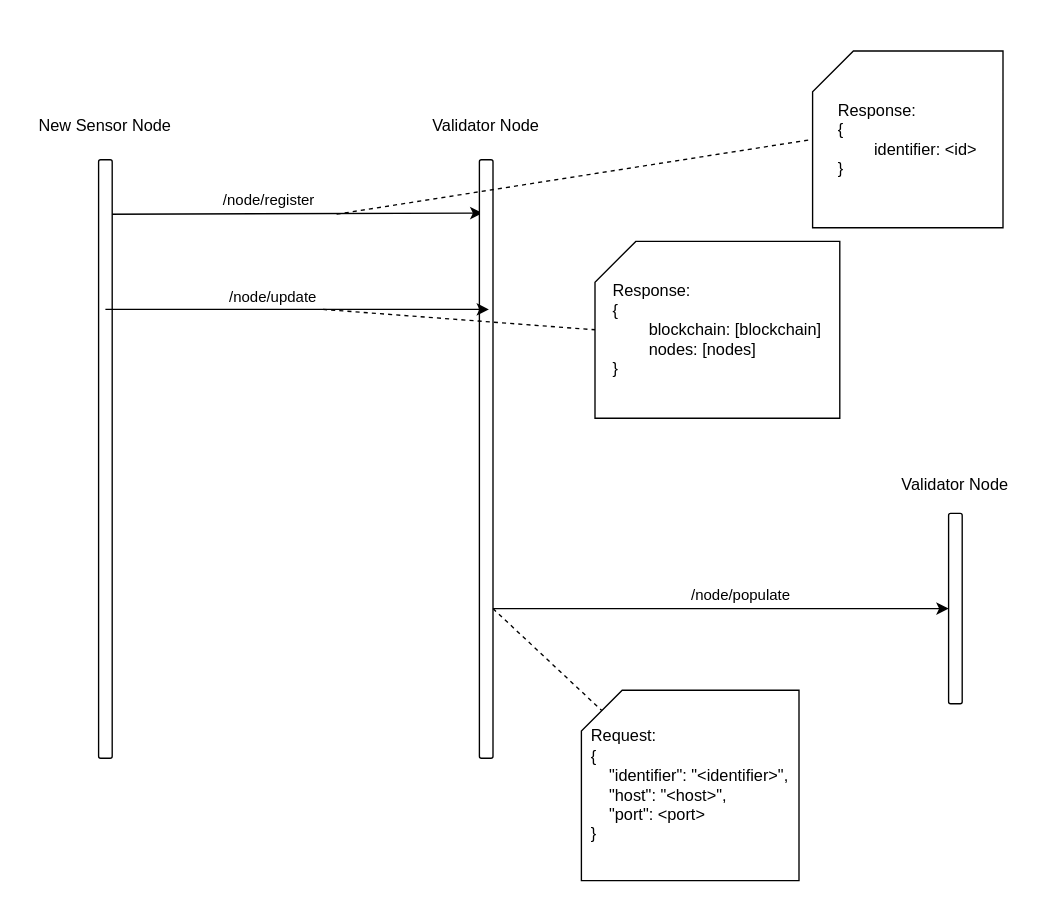
This is page "RegistrationProcess" (4 of 9) of schematy.drawio from pjpawel/pos-iot, a draw.io file, before an edit. Source tidied: cells renumbered, new cells numbered last; positions are measured from the earlier drawing's top-left corner, leaving out a move shared by most shapes. Both pictures are drawn from the tidied source at 136%, with x=0, y=0 at pixel (37, 50).
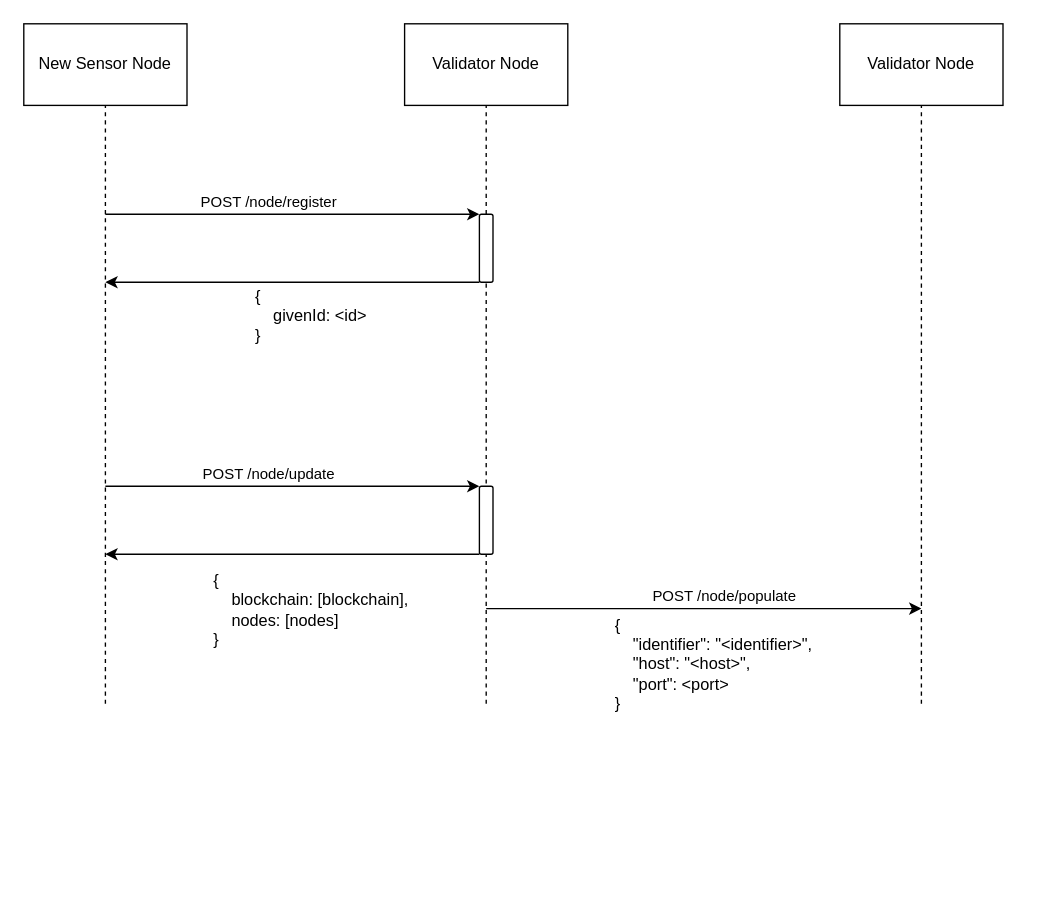
After the change.

Diff of the diagram source:
```diff
@@
-    <mxCell id="2" value="New Sensor Node" style="text;html=1;strokeColor=none;fillColor=none;align=center;verticalAlign=middle;whiteSpace=wrap;rounded=0;" parent="1" vertex="1">
-      <mxGeometry y="40" width="100" height="30" as="geometry" />
-    </mxCell>
-    <mxCell id="3" value="Validator Node" style="text;html=1;strokeColor=none;fillColor=none;align=center;verticalAlign=middle;whiteSpace=wrap;rounded=0;" parent="1" vertex="1">
-      <mxGeometry x="285" y="40" width="90" height="30" as="geometry" />
-    </mxCell>
-    <mxCell id="4" style="endArrow=classic;html=1;rounded=0;exitX=0.5;exitY=0.091;exitDx=0;exitDy=0;exitPerimeter=0;entryX=0.22;entryY=0.089;entryDx=0;entryDy=0;entryPerimeter=0;" parent="1" edge="1" source="6" target="9">
-      <mxGeometry relative="1" as="geometry" />
+    <mxCell id="4" style="endArrow=classic;html=1;rounded=0;exitX=0.5;exitY=0.091;exitDx=0;exitDy=0;exitPerimeter=0;entryX=0;entryY=0;entryDx=0;entryDy=0;" parent="1" edge="1" target="33">
+      <mxGeometry relative="1" as="geometry">
+        <mxPoint x="50" y="120" as="sourcePoint" />
+      </mxGeometry>
     </mxCell>
-    <mxCell id="5" value="/node/register" style="edgeLabel;html=1;align=center;verticalAlign=middle;" parent="4" vertex="1">
+    <mxCell id="5" value="POST /node/register" style="edgeLabel;html=1;align=center;verticalAlign=middle;" parent="4" vertex="1">
       <mxGeometry x="-0.17" y="1" relative="1" as="geometry">
         <mxPoint x="5" y="-9" as="offset" />
       </mxGeometry>
     </mxCell>
-    <mxCell id="6" style="rounded=1;whiteSpace=wrap;html=1;" parent="1" vertex="1">
-      <mxGeometry x="45" y="80" width="10" height="440" as="geometry" />
-    </mxCell>
-    <mxCell id="7" style="edgeStyle=orthogonalEdgeStyle;rounded=0;jettySize=auto;html=1;exitX=1;exitY=0.75;exitDx=0;exitDy=0;entryX=0;entryY=0.5;entryDx=0;entryDy=0;" parent="1" edge="1" source="9" target="18">
-      <mxGeometry relative="1" as="geometry" />
+    <mxCell id="7" style="edgeStyle=orthogonalEdgeStyle;rounded=0;orthogonalLoop=1;jettySize=auto;html=1;" parent="1" edge="1">
+      <mxGeometry relative="1" as="geometry">
+        <mxPoint x="330" y="410" as="sourcePoint" />
+        <mxPoint x="650" y="410" as="targetPoint" />
+      </mxGeometry>
     </mxCell>
-    <mxCell id="8" value="/node/populate" style="edgeLabel;html=1;align=center;verticalAlign=middle;" parent="7" vertex="1">
+    <mxCell id="8" value="POST /node/populate" style="edgeLabel;html=1;align=center;verticalAlign=middle;" parent="7" vertex="1">
       <mxGeometry x="-0.13" y="1" relative="1" as="geometry">
         <mxPoint x="35" y="-9" as="offset" />
       </mxGeometry>
     </mxCell>
-    <mxCell id="9" style="rounded=1;whiteSpace=wrap;html=1;" parent="1" vertex="1">
-      <mxGeometry x="325" y="80" width="10" height="440" as="geometry" />
-    </mxCell>
-    <mxCell id="10" value="&lt;div style=&quot;text-align: left;&quot;&gt;&lt;span style=&quot;background-color: initial;&quot;&gt;Response:&lt;/span&gt;&lt;/div&gt;&lt;div style=&quot;text-align: left;&quot;&gt;&lt;span style=&quot;background-color: initial;&quot;&gt;{&lt;/span&gt;&lt;/div&gt;&lt;div style=&quot;text-align: left;&quot;&gt;&lt;span style=&quot;background-color: initial; white-space: pre;&quot;&gt;&#9;&lt;/span&gt;identifier: &amp;lt;id&amp;gt;&lt;/div&gt;&lt;div style=&quot;text-align: left;&quot;&gt;&lt;span style=&quot;background-color: initial;&quot;&gt;}&lt;/span&gt;&lt;/div&gt;" style="shape=card;whiteSpace=wrap;html=1;" parent="1" vertex="1">
-      <mxGeometry x="570" width="140" height="130" as="geometry" />
-    </mxCell>
-    <mxCell id="11" style="endArrow=none;html=1;rounded=0;entryX=0;entryY=0;entryDx=0;entryDy=65;entryPerimeter=0;dashed=1;" parent="1" edge="1" target="10">
-      <mxGeometry relative="1" as="geometry">
-        <mxPoint x="220" y="120" as="sourcePoint" />
-      </mxGeometry>
-    </mxCell>
+    <mxCell id="20" value="&lt;div style=&quot;border-color: var(--border-color); font-size: 12px; text-align: left;&quot;&gt;&lt;span style=&quot;background-color: initial;&quot;&gt;{&lt;/span&gt;&lt;br&gt;&lt;/div&gt;&lt;div style=&quot;border-color: var(--border-color); font-size: 12px; text-align: left;&quot;&gt;&lt;span style=&quot;border-color: var(--border-color); background-color: initial;&quot;&gt;&amp;nbsp; &amp;nbsp; &quot;identifier&quot;: &quot;&amp;lt;identifier&amp;gt;&quot;,&lt;/span&gt;&lt;/div&gt;&lt;div style=&quot;border-color: var(--border-color); font-size: 12px; text-align: left;&quot;&gt;&lt;span style=&quot;border-color: var(--border-color); background-color: initial;&quot;&gt;&amp;nbsp; &amp;nbsp; &quot;host&quot;: &quot;&amp;lt;host&amp;gt;&quot;,&lt;/span&gt;&lt;/div&gt;&lt;div style=&quot;border-color: var(--border-color); font-size: 12px; text-align: left;&quot;&gt;&lt;span style=&quot;border-color: var(--border-color); background-color: initial;&quot;&gt;&amp;nbsp; &amp;nbsp; &quot;port&quot;: &amp;lt;port&amp;gt;&lt;/span&gt;&lt;/div&gt;&lt;div style=&quot;border-color: var(--border-color); font-size: 12px; text-align: left;&quot;&gt;&lt;span style=&quot;border-color: var(--border-color); background-color: initial;&quot;&gt;}&lt;/span&gt;&lt;/div&gt;" style="edgeLabel;html=1;align=center;verticalAlign=middle;labelBackgroundColor=none;" parent="7" vertex="1">
+      <mxGeometry x="0.04" y="-2" relative="1" as="geometry">
+        <mxPoint y="38" as="offset" />
+      </mxGeometry>
+    </mxCell>
-    <mxCell id="12" style="endArrow=classic;html=1;rounded=0;entryX=0.22;entryY=0.089;entryDx=0;entryDy=0;entryPerimeter=0;" parent="1" edge="1">
+    <mxCell id="12" style="endArrow=classic;html=1;rounded=0;entryX=0;entryY=0;entryDx=0;entryDy=0;" parent="1" edge="1" target="36">
       <mxGeometry relative="1" as="geometry">
-        <mxPoint x="50" y="190" as="sourcePoint" />
-        <mxPoint x="332" y="190" as="targetPoint" />
+        <mxPoint x="50" y="320" as="sourcePoint" />
       </mxGeometry>
     </mxCell>
-    <mxCell id="13" value="/node/update" style="edgeLabel;html=1;align=center;verticalAlign=middle;" parent="12" vertex="1">
+    <mxCell id="13" value="POST /node/update" style="edgeLabel;html=1;align=center;verticalAlign=middle;" parent="12" vertex="1">
       <mxGeometry x="-0.17" y="1" relative="1" as="geometry">
         <mxPoint x="5" y="-9" as="offset" />
       </mxGeometry>
     </mxCell>
-    <mxCell id="14" value="&lt;div style=&quot;text-align: left;&quot;&gt;&lt;span style=&quot;background-color: initial;&quot;&gt;Response:&lt;/span&gt;&lt;/div&gt;&lt;div style=&quot;text-align: left;&quot;&gt;&lt;span style=&quot;background-color: initial;&quot;&gt;{&lt;/span&gt;&lt;/div&gt;&lt;div style=&quot;text-align: left;&quot;&gt;&lt;span style=&quot;background-color: initial; white-space: pre;&quot;&gt;&#9;&lt;/span&gt;blockchain: [blockchain]&lt;/div&gt;&lt;div style=&quot;text-align: left;&quot;&gt;&lt;span style=&quot;white-space: pre;&quot;&gt;&#9;&lt;/span&gt;nodes: [nodes]&lt;br&gt;&lt;/div&gt;&lt;div style=&quot;text-align: left;&quot;&gt;&lt;span style=&quot;background-color: initial;&quot;&gt;}&lt;/span&gt;&lt;/div&gt;" style="shape=card;whiteSpace=wrap;html=1;" parent="1" vertex="1">
-      <mxGeometry x="410" y="140" width="180" height="130" as="geometry" />
-    </mxCell>
-    <mxCell id="15" style="endArrow=none;html=1;rounded=0;entryX=0;entryY=0;entryDx=0;entryDy=65;entryPerimeter=0;dashed=1;" parent="1" edge="1" target="14">
-      <mxGeometry relative="1" as="geometry">
-        <mxPoint x="210" y="190" as="sourcePoint" />
-      </mxGeometry>
-    </mxCell>
-    <mxCell id="16" value="&lt;div style=&quot;text-align: left;&quot;&gt;&lt;span style=&quot;background-color: initial;&quot;&gt;Request:&lt;/span&gt;&lt;/div&gt;&lt;div style=&quot;text-align: left;&quot;&gt;&lt;span style=&quot;background-color: initial;&quot;&gt;{&lt;/span&gt;&lt;/div&gt;&lt;div style=&quot;text-align: left;&quot;&gt;&lt;span style=&quot;background-color: initial;&quot;&gt;&amp;nbsp; &amp;nbsp; &quot;identifier&quot;: &quot;&amp;lt;identifier&amp;gt;&quot;,&lt;/span&gt;&lt;/div&gt;&lt;div style=&quot;text-align: left;&quot;&gt;&lt;span style=&quot;background-color: initial;&quot;&gt;&amp;nbsp; &amp;nbsp; &quot;host&quot;: &quot;&amp;lt;host&amp;gt;&quot;,&lt;/span&gt;&lt;/div&gt;&lt;div style=&quot;text-align: left;&quot;&gt;&lt;span style=&quot;background-color: initial;&quot;&gt;&amp;nbsp; &amp;nbsp; &quot;port&quot;: &amp;lt;port&amp;gt;&lt;/span&gt;&lt;/div&gt;&lt;div style=&quot;text-align: left;&quot;&gt;&lt;span style=&quot;background-color: initial;&quot;&gt;}&lt;/span&gt;&lt;/div&gt;" style="shape=card;whiteSpace=wrap;html=1;" parent="1" vertex="1">
-      <mxGeometry x="400" y="470" width="160" height="140" as="geometry" />
-    </mxCell>
-    <mxCell id="17" style="endArrow=none;html=1;rounded=0;entryX=0;entryY=0;entryDx=15;entryDy=15;entryPerimeter=0;dashed=1;exitX=1;exitY=0.75;exitDx=0;exitDy=0;" parent="1" edge="1" source="9" target="16">
-      <mxGeometry relative="1" as="geometry" />
-    </mxCell>
-    <mxCell id="18" style="rounded=1;whiteSpace=wrap;html=1;" parent="1" vertex="1">
-      <mxGeometry x="670" y="340" width="10" height="140" as="geometry" />
-    </mxCell>
+    <mxCell id="21" style="group;" parent="1" vertex="1">
+      <mxGeometry x="-10" y="-20" width="120" height="60" as="geometry" />
+    </mxCell>
+    <mxCell id="22" style="rounded=0;whiteSpace=wrap;html=1;" parent="21" vertex="1">
+      <mxGeometry width="120" height="60" as="geometry" />
+    </mxCell>
+    <mxCell id="2" value="New Sensor Node" style="text;html=1;strokeColor=none;fillColor=none;align=center;verticalAlign=middle;whiteSpace=wrap;rounded=0;" parent="21" vertex="1">
+      <mxGeometry x="10" y="15" width="100" height="30" as="geometry" />
+    </mxCell>
+    <mxCell id="23" style="group;" parent="1" vertex="1">
+      <mxGeometry x="270" y="-20" width="120" height="60" as="geometry" />
+    </mxCell>
+    <mxCell id="24" style="rounded=0;whiteSpace=wrap;html=1;" parent="23" vertex="1">
+      <mxGeometry width="120" height="60" as="geometry" />
+    </mxCell>
+    <mxCell id="3" value="Validator Node" style="text;html=1;strokeColor=none;fillColor=none;align=center;verticalAlign=middle;whiteSpace=wrap;rounded=0;" parent="23" vertex="1">
+      <mxGeometry x="15" y="15" width="90" height="30" as="geometry" />
+    </mxCell>
+    <mxCell id="25" style="endArrow=none;dashed=1;html=1;rounded=0;entryX=0.5;entryY=1;entryDx=0;entryDy=0;" parent="1" edge="1" target="22">
+      <mxGeometry relative="1" as="geometry">
+        <mxPoint x="50" y="480" as="sourcePoint" />
+      </mxGeometry>
+    </mxCell>
+    <mxCell id="26" style="endArrow=none;dashed=1;html=1;rounded=0;entryX=0.5;entryY=1;entryDx=0;entryDy=0;" parent="1" edge="1" source="33" target="24">
+      <mxGeometry relative="1" as="geometry" />
+    </mxCell>
+    <mxCell id="27" style="group;" parent="1" vertex="1">
+      <mxGeometry x="590" y="-20" width="120" height="60" as="geometry" />
+    </mxCell>
+    <mxCell id="28" style="rounded=0;whiteSpace=wrap;html=1;" parent="27" vertex="1">
+      <mxGeometry width="120" height="60" as="geometry" />
+    </mxCell>
-    <mxCell id="19" value="Validator Node" style="text;html=1;strokeColor=none;fillColor=none;align=center;verticalAlign=middle;whiteSpace=wrap;rounded=0;" parent="1" vertex="1">
-      <mxGeometry x="630" y="304" width="90" height="30" as="geometry" />
+    <mxCell id="19" value="Validator Node" style="text;html=1;strokeColor=none;fillColor=none;align=center;verticalAlign=middle;whiteSpace=wrap;rounded=0;" parent="27" vertex="1">
+      <mxGeometry x="15" y="15" width="90" height="30" as="geometry" />
     </mxCell>
+    <mxCell id="29" style="endArrow=none;dashed=1;html=1;rounded=0;entryX=0.5;entryY=1;entryDx=0;entryDy=0;" parent="1" edge="1" target="28">
+      <mxGeometry relative="1" as="geometry">
+        <mxPoint x="650" y="480" as="sourcePoint" />
+      </mxGeometry>
+    </mxCell>
+    <mxCell id="30" style="endArrow=none;dashed=1;html=1;rounded=0;entryX=0.5;entryY=1;entryDx=0;entryDy=0;" parent="1" edge="1" target="33">
+      <mxGeometry relative="1" as="geometry">
+        <mxPoint x="330" y="480" as="sourcePoint" />
+      </mxGeometry>
+    </mxCell>
+    <mxCell id="31" style="edgeStyle=orthogonalEdgeStyle;rounded=0;jettySize=auto;html=1;exitX=0;exitY=1;exitDx=0;exitDy=0;" parent="1" edge="1" source="33">
+      <mxGeometry relative="1" as="geometry">
+        <mxPoint x="50" y="170" as="targetPoint" />
+        <Array as="points">
+          <mxPoint x="100" y="170" />
+          <mxPoint x="100" y="170" />
+        </Array>
+      </mxGeometry>
+    </mxCell>
+    <mxCell id="32" value="&lt;div style=&quot;border-color: var(--border-color); font-size: 12px; text-align: left;&quot;&gt;&lt;span style=&quot;&quot;&gt;{&lt;/span&gt;&lt;br&gt;&lt;/div&gt;&lt;div style=&quot;border-color: var(--border-color); font-size: 12px; text-align: left;&quot;&gt;&lt;span style=&quot;border-color: var(--border-color);&quot;&gt;&lt;span style=&quot;white-space: pre;&quot;&gt;&amp;nbsp;&amp;nbsp;&amp;nbsp;&amp;nbsp;&lt;/span&gt;&lt;/span&gt;givenId: &amp;lt;id&amp;gt;&lt;/div&gt;&lt;div style=&quot;border-color: var(--border-color); font-size: 12px; text-align: left;&quot;&gt;&lt;span style=&quot;border-color: var(--border-color);&quot;&gt;}&lt;/span&gt;&lt;/div&gt;" style="edgeLabel;html=1;align=center;verticalAlign=middle;labelBackgroundColor=none;" parent="31" vertex="1">
+      <mxGeometry x="0.07" y="2" relative="1" as="geometry">
+        <mxPoint x="22" y="22" as="offset" />
+      </mxGeometry>
+    </mxCell>
+    <mxCell id="33" style="rounded=1;whiteSpace=wrap;html=1;" parent="1" vertex="1">
+      <mxGeometry x="325" y="120" width="10" height="50" as="geometry" />
+    </mxCell>
+    <mxCell id="34" style="edgeStyle=orthogonalEdgeStyle;rounded=0;jettySize=auto;html=1;exitX=0;exitY=1;exitDx=0;exitDy=0;" parent="1" edge="1" source="36">
+      <mxGeometry relative="1" as="geometry">
+        <mxPoint x="50" y="370" as="targetPoint" />
+        <Array as="points">
+          <mxPoint x="100" y="370" />
+          <mxPoint x="100" y="370" />
+        </Array>
+      </mxGeometry>
+    </mxCell>
+    <mxCell id="35" value="&lt;div style=&quot;border-color: var(--border-color); font-size: 12px; text-align: left;&quot;&gt;&lt;div style=&quot;border-color: var(--border-color);&quot;&gt;&lt;span style=&quot;background-color: initial;&quot;&gt;{&lt;/span&gt;&lt;br&gt;&lt;/div&gt;&lt;div style=&quot;border-color: var(--border-color);&quot;&gt;&lt;span style=&quot;border-color: var(--border-color);&quot;&gt;&lt;span style=&quot;white-space: pre;&quot;&gt;&amp;nbsp;&amp;nbsp;&amp;nbsp;&amp;nbsp;&lt;/span&gt;&lt;/span&gt;blockchain: [blockchain],&lt;/div&gt;&lt;div style=&quot;border-color: var(--border-color);&quot;&gt;&lt;span style=&quot;border-color: var(--border-color);&quot;&gt;&lt;span style=&quot;white-space: pre;&quot;&gt;&amp;nbsp;&amp;nbsp;&amp;nbsp;&amp;nbsp;&lt;/span&gt;&lt;/span&gt;nodes: [nodes]&lt;br style=&quot;border-color: var(--border-color);&quot;&gt;&lt;/div&gt;&lt;div style=&quot;border-color: var(--border-color);&quot;&gt;&lt;span style=&quot;border-color: var(--border-color);&quot;&gt;}&lt;/span&gt;&lt;/div&gt;&lt;/div&gt;" style="edgeLabel;html=1;align=center;verticalAlign=middle;labelBackgroundColor=none;" parent="34" vertex="1">
+      <mxGeometry x="0.07" y="2" relative="1" as="geometry">
+        <mxPoint x="22" y="38" as="offset" />
+      </mxGeometry>
+    </mxCell>
+    <mxCell id="36" style="rounded=1;whiteSpace=wrap;html=1;" parent="1" vertex="1">
+      <mxGeometry x="325" y="320" width="10" height="50" as="geometry" />
+    </mxCell>
```
